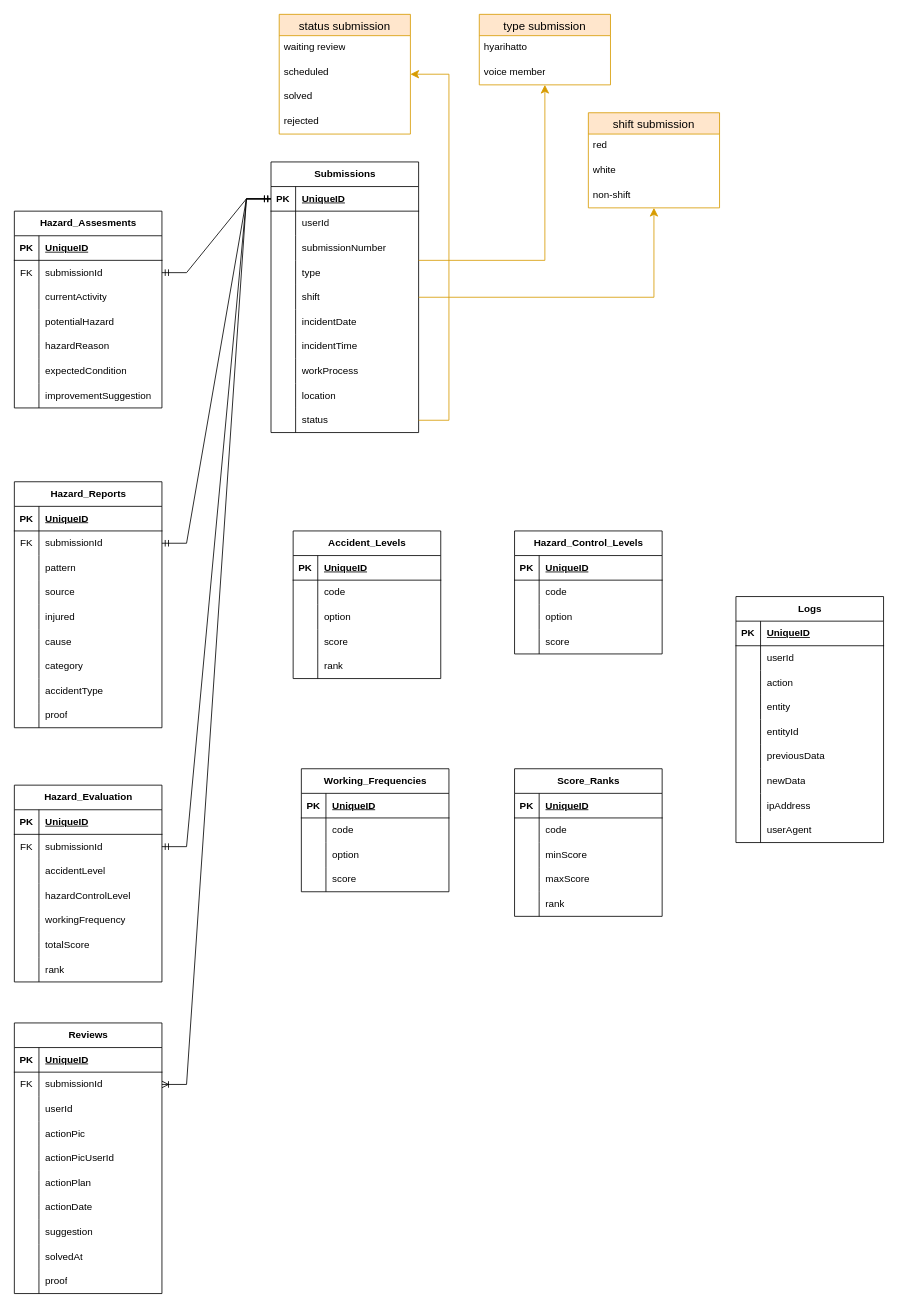
The draw.io diagram page "ERD" (2 of 2) of sys_design/Flow_ERD.drawio in bagususwanto/think-forward, before the edit. Source tidied: cells renumbered, new cells numbered last; positions are measured from the earlier drawing's top-left corner, leaving out a move shared by most shapes. Both pictures are drawn from the tidied source at 82%, with x=0, y=0 at pixel (14, 14).
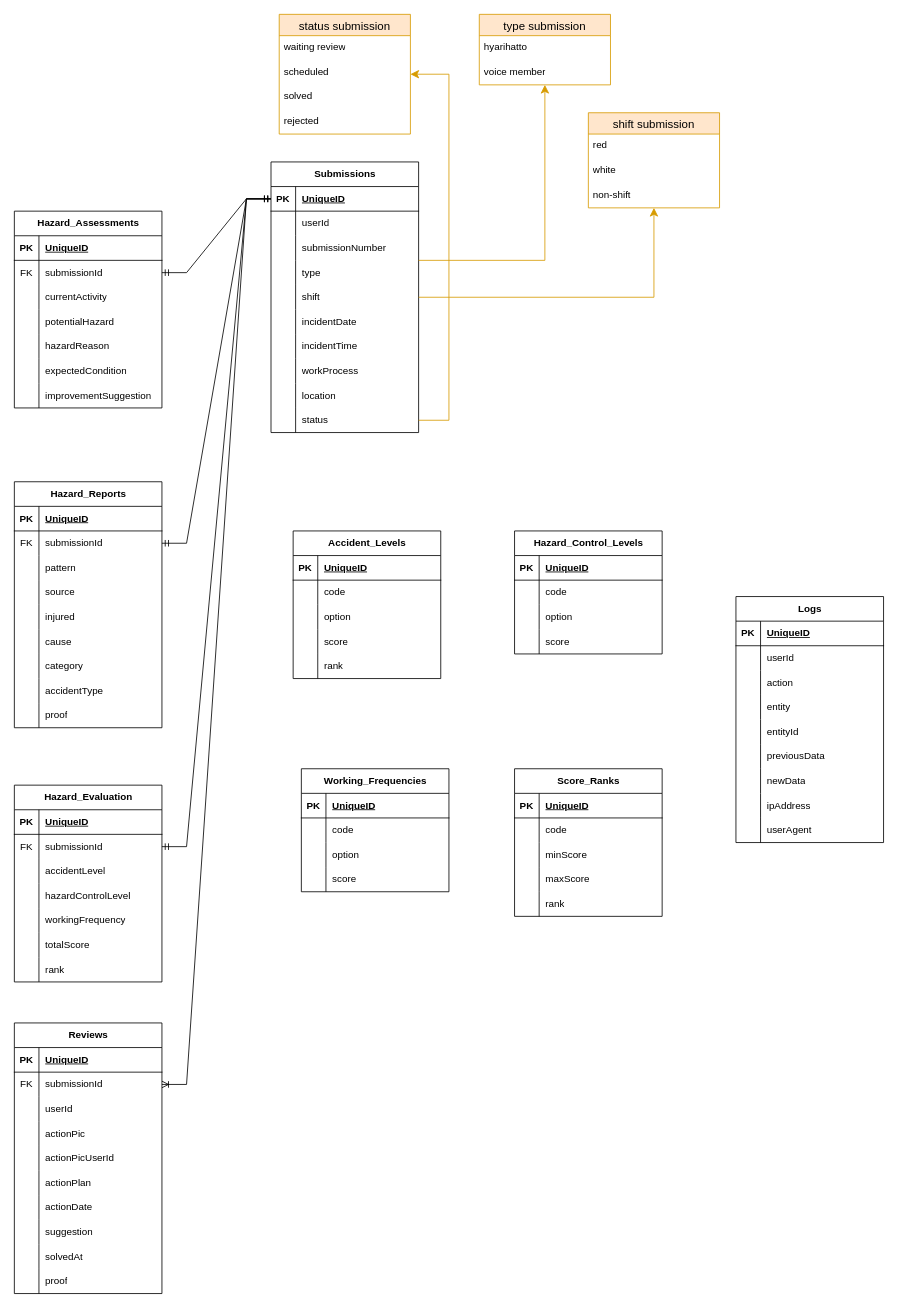
After the change.

Change to the diagram source:
```diff
@@
-    <mxCell id="64" value="Hazard_Assesments" style="shape=table;startSize=30;childLayout=tableLayout;rowLines=0;fontStyle=1;align=center;html=1;" parent="1" vertex="1">
+    <mxCell id="64" value="Hazard_Assessments" style="shape=table;startSize=30;childLayout=tableLayout;rowLines=0;fontStyle=1;align=center;html=1;" parent="1" vertex="1">
       <mxGeometry y="240" width="180" height="240" as="geometry" />
     </mxCell>
```
